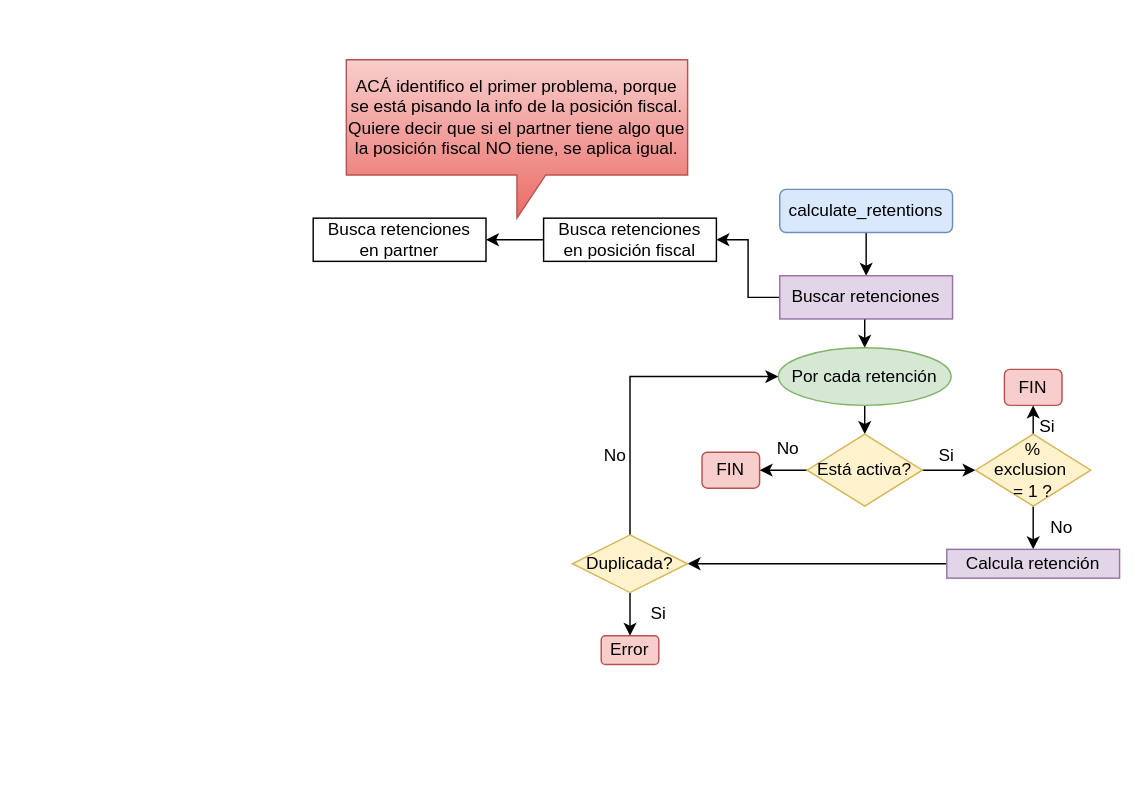
mmakenn/ecommerce-cursoreactjs keeps this draw.io diagram as calculate_retentions.drawio. Above is the earlier version. Source tidied: cells renumbered, new cells numbered last; positions are measured from the earlier drawing's top-left corner, leaving out a move shared by most shapes. Both pictures are drawn from the tidied source at 144%, with x=0, y=0 at pixel (312, 59).
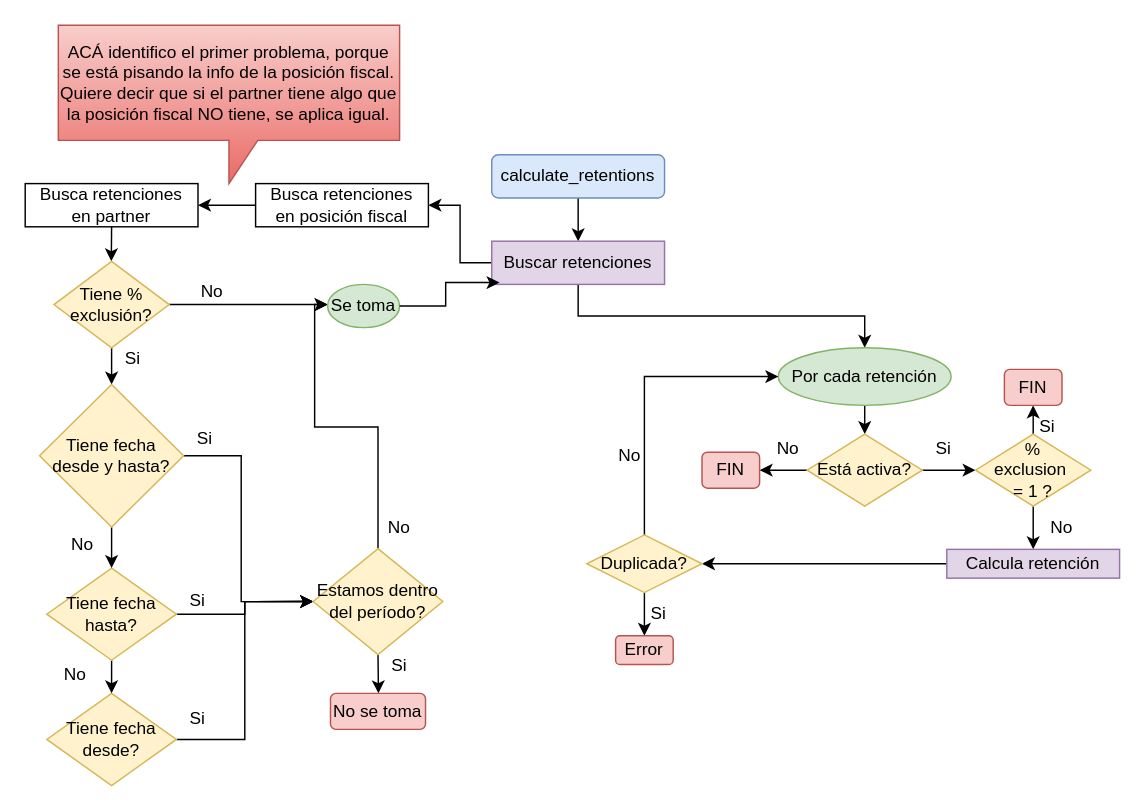
The same page after the edit.

What changed in the source:
```diff
@@
     <mxCell id="3" value="calculate_retentions" style="rounded=1;whiteSpace=wrap;html=1;fillColor=#dae8fc;strokeColor=#6c8ebf;" parent="1" vertex="1">
-      <mxGeometry x="324" y="90" width="120" height="30" as="geometry" />
+      <mxGeometry x="124" y="66" width="120" height="30" as="geometry" />
     </mxCell>
@@
     <mxCell id="6" value="Buscar retenciones" style="rounded=0;whiteSpace=wrap;html=1;fillColor=#e1d5e7;strokeColor=#9673a6;" parent="1" vertex="1">
-      <mxGeometry x="324" y="150" width="120" height="30" as="geometry" />
+      <mxGeometry x="124" y="126" width="120" height="30" as="geometry" />
     </mxCell>
@@
     <mxCell id="22" value="Busca retenciones&lt;br&gt;en posición fiscal" style="rounded=0;whiteSpace=wrap;html=1;" parent="1" vertex="1">
-      <mxGeometry x="160" y="110" width="120" height="30" as="geometry" />
+      <mxGeometry x="-40" y="86" width="120" height="30" as="geometry" />
     </mxCell>
@@
     <mxCell id="27" value="Duplicada?" style="rhombus;whiteSpace=wrap;html=1;fillColor=#fff2cc;strokeColor=#d6b656;" parent="1" vertex="1">
-      <mxGeometry x="180" y="330" width="80" height="40" as="geometry" />
+      <mxGeometry x="190" y="330" width="80" height="40" as="geometry" />
     </mxCell>
     <mxCell id="28" value="Error" style="rounded=1;whiteSpace=wrap;html=1;fillColor=#f8cecc;strokeColor=#b85450;" parent="1" vertex="1">
-      <mxGeometry x="200" y="400" width="40" height="20" as="geometry" />
+      <mxGeometry x="210" y="400" width="40" height="20" as="geometry" />
     </mxCell>
     <mxCell id="29" value="Si" style="text;html=1;strokeColor=none;fillColor=none;align=center;verticalAlign=middle;whiteSpace=wrap;rounded=0;" parent="1" vertex="1">
-      <mxGeometry x="410" y="255" width="60" height="40" as="geometry" />
+      <mxGeometry x="423" y="262.5" width="30" height="15" as="geometry" />
     </mxCell>
     <mxCell id="30" value="No" style="text;html=1;strokeColor=none;fillColor=none;align=center;verticalAlign=middle;whiteSpace=wrap;rounded=0;" parent="1" vertex="1">
-      <mxGeometry x="180" y="260" width="60" height="30" as="geometry" />
+      <mxGeometry x="190" y="260" width="60" height="30" as="geometry" />
     </mxCell>
+    <mxCell id="33" style="edgeStyle=orthogonalEdgeStyle;rounded=0;jettySize=auto;html=1;exitX=0.5;exitY=1;exitDx=0;exitDy=0;" parent="1" edge="1" source="31">
+      <mxGeometry relative="1" as="geometry">
+        <mxPoint x="-140.2" y="140" as="targetPoint" />
+      </mxGeometry>
+    </mxCell>
     <mxCell id="31" value="Busca retenciones&lt;br&gt;en partner" style="rounded=0;whiteSpace=wrap;html=1;" parent="1" vertex="1">
-      <mxGeometry y="110" width="120" height="30" as="geometry" />
+      <mxGeometry x="-200" y="86" width="120" height="30" as="geometry" />
     </mxCell>
     <mxCell id="32" value="ACÁ identifico el primer problema, porque se está pisando la info de la posición fiscal. Quiere decir que si el partner tiene algo que la posición fiscal NO tiene, se aplica igual." style="shape=callout;whiteSpace=wrap;html=1;perimeter=calloutPerimeter;fillColor=#f8cecc;gradientColor=#ea6b66;strokeColor=#b85450;" parent="1" vertex="1">
-      <mxGeometry x="23" width="237" height="110" as="geometry" />
+      <mxGeometry x="-177" y="-24" width="237" height="110" as="geometry" />
     </mxCell>
+    <mxCell id="34" style="edgeStyle=orthogonalEdgeStyle;rounded=0;jettySize=auto;html=1;exitX=1;exitY=0.5;exitDx=0;exitDy=0;" parent="1" edge="1" source="36">
+      <mxGeometry relative="1" as="geometry">
+        <mxPoint x="10" y="170" as="targetPoint" />
+      </mxGeometry>
+    </mxCell>
+    <mxCell id="35" style="edgeStyle=orthogonalEdgeStyle;rounded=0;jettySize=auto;html=1;exitX=0.5;exitY=1;exitDx=0;exitDy=0;entryX=0.5;entryY=0;entryDx=0;entryDy=0;" parent="1" edge="1" source="36" target="45">
+      <mxGeometry relative="1" as="geometry" />
+    </mxCell>
+    <mxCell id="36" value="Tiene %&lt;br&gt;exclusión?" style="rhombus;whiteSpace=wrap;html=1;fillColor=#fff2cc;strokeColor=#d6b656;" parent="1" vertex="1">
+      <mxGeometry x="-180" y="140" width="80" height="60" as="geometry" />
+    </mxCell>
+    <mxCell id="37" value="No" style="text;html=1;strokeColor=none;fillColor=none;align=center;verticalAlign=middle;whiteSpace=wrap;rounded=0;" parent="1" vertex="1">
+      <mxGeometry x="-100" y="146" width="60" height="30" as="geometry" />
+    </mxCell>
+    <mxCell id="38" style="edgeStyle=orthogonalEdgeStyle;rounded=0;jettySize=auto;html=1;exitX=1;exitY=0.5;exitDx=0;exitDy=0;entryX=0;entryY=0.5;entryDx=0;entryDy=0;" parent="1" edge="1" source="39" target="50">
+      <mxGeometry relative="1" as="geometry" />
+    </mxCell>
+    <mxCell id="39" value="Tiene fecha desde?" style="rhombus;whiteSpace=wrap;html=1;fillColor=#fff2cc;strokeColor=#d6b656;" parent="1" vertex="1">
+      <mxGeometry x="-185" y="440" width="90" height="64" as="geometry" />
+    </mxCell>
+    <mxCell id="40" style="edgeStyle=orthogonalEdgeStyle;rounded=0;jettySize=auto;html=1;entryX=0.5;entryY=0;entryDx=0;entryDy=0;" parent="1" edge="1" source="42" target="39">
+      <mxGeometry relative="1" as="geometry" />
+    </mxCell>
+    <mxCell id="41" style="edgeStyle=orthogonalEdgeStyle;rounded=0;jettySize=auto;html=1;exitX=1;exitY=0.5;exitDx=0;exitDy=0;entryX=0;entryY=0.5;entryDx=0;entryDy=0;" parent="1" edge="1" source="42" target="50">
+      <mxGeometry relative="1" as="geometry" />
+    </mxCell>
+    <mxCell id="42" value="Tiene fecha hasta?" style="rhombus;whiteSpace=wrap;html=1;fillColor=#fff2cc;strokeColor=#d6b656;" parent="1" vertex="1">
+      <mxGeometry x="-185" y="353" width="90" height="64" as="geometry" />
+    </mxCell>
+    <mxCell id="43" style="edgeStyle=orthogonalEdgeStyle;rounded=0;jettySize=auto;html=1;exitX=0.5;exitY=1;exitDx=0;exitDy=0;entryX=0.5;entryY=0;entryDx=0;entryDy=0;" parent="1" edge="1" source="45" target="42">
+      <mxGeometry relative="1" as="geometry" />
+    </mxCell>
+    <mxCell id="44" style="edgeStyle=orthogonalEdgeStyle;rounded=0;jettySize=auto;html=1;exitX=1;exitY=0.5;exitDx=0;exitDy=0;entryX=0;entryY=0.5;entryDx=0;entryDy=0;" parent="1" edge="1" source="45" target="50">
+      <mxGeometry relative="1" as="geometry">
+        <Array as="points">
+          <mxPoint x="-50" y="275" />
+          <mxPoint x="-50" y="376" />
+        </Array>
+      </mxGeometry>
+    </mxCell>
+    <mxCell id="45" value="Tiene fecha desde y hasta?" style="rhombus;whiteSpace=wrap;html=1;fillColor=#fff2cc;strokeColor=#d6b656;" parent="1" vertex="1">
+      <mxGeometry x="-190" y="225.5" width="100" height="99" as="geometry" />
+    </mxCell>
+    <mxCell id="46" value="No" style="text;html=1;strokeColor=none;fillColor=none;align=center;verticalAlign=middle;whiteSpace=wrap;rounded=0;" parent="1" vertex="1">
+      <mxGeometry x="-180" y="323" width="40" height="27" as="geometry" />
+    </mxCell>
+    <mxCell id="47" value="No" style="text;html=1;strokeColor=none;fillColor=none;align=center;verticalAlign=middle;whiteSpace=wrap;rounded=0;" parent="1" vertex="1">
+      <mxGeometry x="-185" y="413" width="40" height="27" as="geometry" />
+    </mxCell>
+    <mxCell id="48" style="edgeStyle=orthogonalEdgeStyle;rounded=0;jettySize=auto;html=1;exitX=0.5;exitY=0;exitDx=0;exitDy=0;" parent="1" edge="1" source="50" target="54">
+      <mxGeometry relative="1" as="geometry">
+        <Array as="points">
+          <mxPoint x="45" y="255" />
+          <mxPoint x="1" y="255" />
+          <mxPoint x="1" y="170" />
+        </Array>
+      </mxGeometry>
+    </mxCell>
+    <mxCell id="49" style="edgeStyle=orthogonalEdgeStyle;rounded=0;jettySize=auto;html=1;exitX=0.5;exitY=1;exitDx=0;exitDy=0;" parent="1" edge="1" source="50">
+      <mxGeometry relative="1" as="geometry">
+        <mxPoint x="45.3" y="440" as="targetPoint" />
+      </mxGeometry>
+    </mxCell>
+    <mxCell id="50" value="Estamos dentro del período?" style="rhombus;whiteSpace=wrap;html=1;fillColor=#fff2cc;strokeColor=#d6b656;" parent="1" vertex="1">
+      <mxGeometry y="339.5" width="90" height="73.5" as="geometry" />
+    </mxCell>
+    <mxCell id="51" value="Si" style="text;html=1;strokeColor=none;fillColor=none;align=center;verticalAlign=middle;whiteSpace=wrap;rounded=0;" parent="1" vertex="1">
+      <mxGeometry x="-90" y="255" width="30" height="15" as="geometry" />
+    </mxCell>
+    <mxCell id="52" value="Si" style="text;html=1;strokeColor=none;fillColor=none;align=center;verticalAlign=middle;whiteSpace=wrap;rounded=0;" parent="1" vertex="1">
+      <mxGeometry x="-95" y="368.8" width="30" height="15" as="geometry" />
+    </mxCell>
+    <mxCell id="53" value="Si" style="text;html=1;strokeColor=none;fillColor=none;align=center;verticalAlign=middle;whiteSpace=wrap;rounded=0;" parent="1" vertex="1">
+      <mxGeometry x="-95" y="450" width="30" height="15" as="geometry" />
+    </mxCell>
+    <mxCell id="54" value="Se toma" style="ellipse;whiteSpace=wrap;html=1;fillColor=#d5e8d4;strokeColor=#82b366;" parent="1" vertex="1">
+      <mxGeometry x="10" y="156" width="50" height="30" as="geometry" />
+    </mxCell>
+    <mxCell id="55" style="edgeStyle=orthogonalEdgeStyle;rounded=0;jettySize=auto;html=1;exitX=1;exitY=0.5;exitDx=0;exitDy=0;entryX=0.045;entryY=0.957;entryDx=0;entryDy=0;entryPerimeter=0;" parent="1" edge="1" source="54" target="6">
+      <mxGeometry relative="1" as="geometry" />
+    </mxCell>
+    <mxCell id="56" value="No" style="text;html=1;strokeColor=none;fillColor=none;align=center;verticalAlign=middle;whiteSpace=wrap;rounded=0;" parent="1" vertex="1">
+      <mxGeometry x="30" y="309.5" width="60" height="30" as="geometry" />
+    </mxCell>
+    <mxCell id="57" value="No se toma" style="rounded=1;whiteSpace=wrap;html=1;fillColor=#f8cecc;strokeColor=#b85450;" parent="1" vertex="1">
+      <mxGeometry x="12" y="440" width="66" height="25" as="geometry" />
+    </mxCell>
+    <mxCell id="58" value="Si" style="text;html=1;strokeColor=none;fillColor=none;align=center;verticalAlign=middle;whiteSpace=wrap;rounded=0;" parent="1" vertex="1">
+      <mxGeometry x="45" y="413" width="30" height="15" as="geometry" />
+    </mxCell>
+    <mxCell id="59" value="Si" style="text;html=1;strokeColor=none;fillColor=none;align=center;verticalAlign=middle;whiteSpace=wrap;rounded=0;" parent="1" vertex="1">
+      <mxGeometry x="-140" y="200" width="30" height="15" as="geometry" />
+    </mxCell>
```
